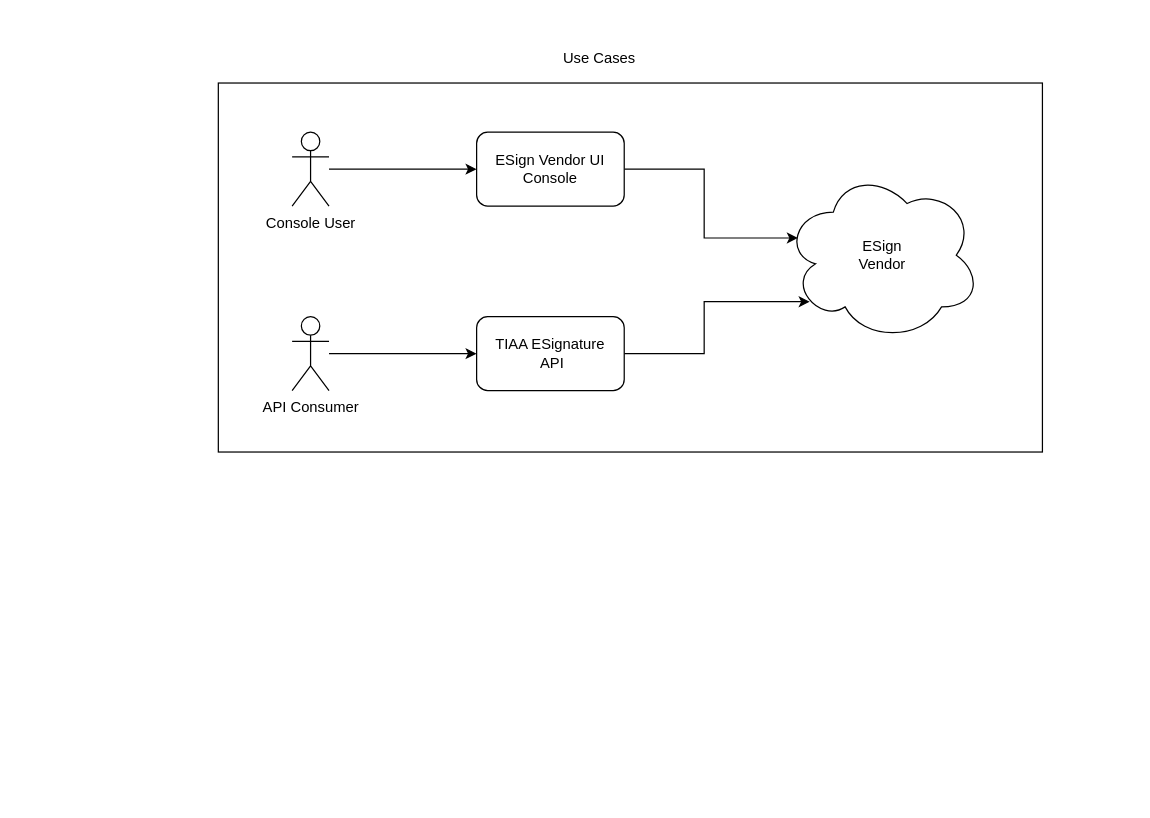
Earlier version of the draw.io diagram esign-usecases.drawio (Tayyabt120/app-diagrams). Source tidied: cells renumbered, new cells numbered last; positions are measured from the earlier drawing's top-left corner, leaving out a move shared by most shapes. Both pictures are drawn from the tidied source at 123%, with x=0, y=0 at pixel (218, 46).
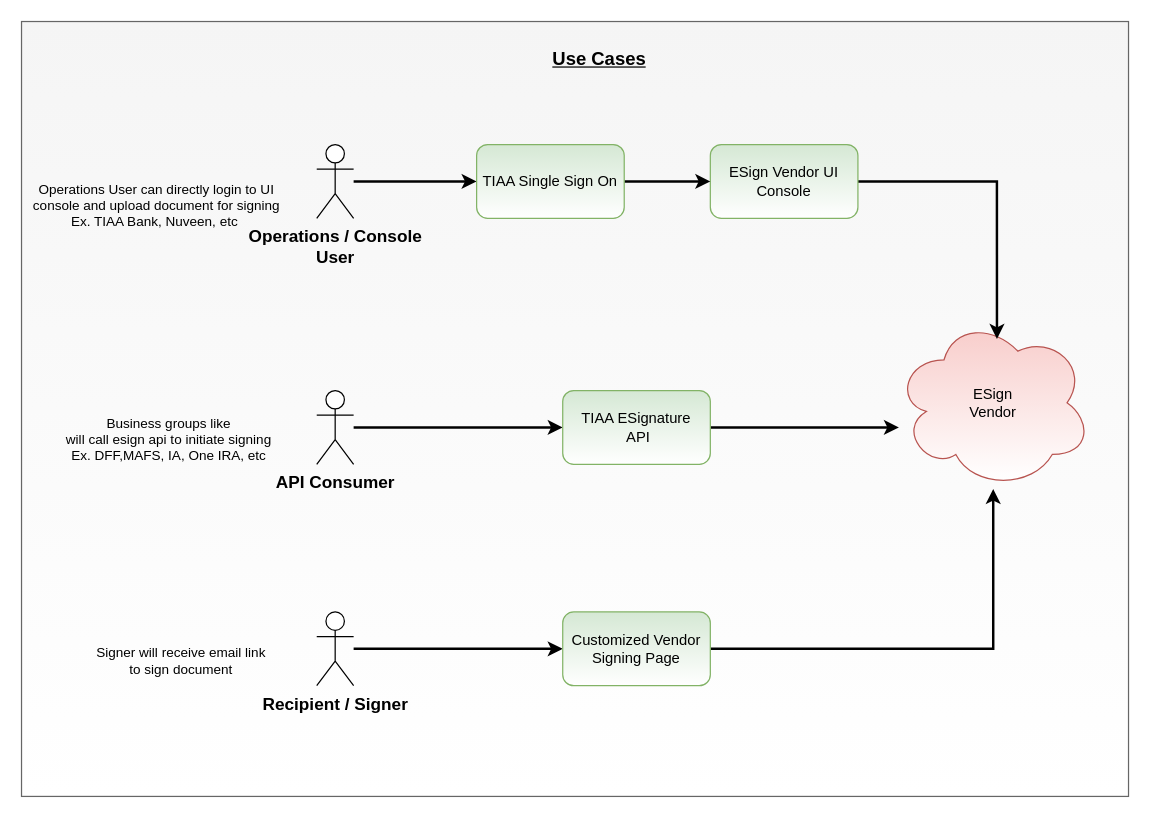
The same page after the edit.

Change to the diagram source:
```diff
@@
-    <mxCell id="2" style="rounded=0;whiteSpace=wrap;html=1;" parent="1" vertex="1">
-      <mxGeometry y="30" width="670" height="300" as="geometry" />
+    <mxCell id="2" style="rounded=0;whiteSpace=wrap;html=1;fillColor=#f5f5f5;strokeColor=#666666;fontColor=#333333;strokeWidth=1;gradientColor=#ffffff;" parent="1" vertex="1">
+      <mxGeometry x="-160" y="-20" width="900" height="630" as="geometry" />
     </mxCell>
-    <mxCell id="3" value="ESign&lt;br&gt;Vendor" style="ellipse;shape=cloud;whiteSpace=wrap;html=1;" parent="1" vertex="1">
-      <mxGeometry x="460" y="100" width="160" height="140" as="geometry" />
+    <mxCell id="3" value="ESign&lt;br&gt;Vendor" style="ellipse;shape=cloud;whiteSpace=wrap;html=1;fillColor=#f8cecc;strokeColor=#b85450;gradientColor=#ffffff;" parent="1" vertex="1">
+      <mxGeometry x="550" y="220" width="160" height="140" as="geometry" />
     </mxCell>
-    <mxCell id="4" style="edgeStyle=orthogonalEdgeStyle;rounded=0;jettySize=auto;html=1;" parent="1" edge="1" source="5" target="9">
+    <mxCell id="4" style="edgeStyle=orthogonalEdgeStyle;rounded=0;jettySize=auto;html=1;entryX=0;entryY=0.5;entryDx=0;entryDy=0;strokeWidth=2;" parent="1" edge="1" source="5" target="14">
       <mxGeometry relative="1" as="geometry" />
     </mxCell>
-    <mxCell id="5" value="Console User" style="shape=umlActor;verticalLabelPosition=bottom;verticalAlign=top;html=1;outlineConnect=0;" parent="1" vertex="1">
-      <mxGeometry x="60" y="70" width="30" height="60" as="geometry" />
+    <mxCell id="5" value="Operations / Console &lt;br style=&quot;font-size: 14px;&quot;&gt;User" style="shape=umlActor;verticalLabelPosition=bottom;verticalAlign=top;html=1;outlineConnect=0;fontStyle=1;fontSize=14;" parent="1" vertex="1">
+      <mxGeometry x="80" y="80" width="30" height="60" as="geometry" />
     </mxCell>
-    <mxCell id="6" style="edgeStyle=orthogonalEdgeStyle;rounded=0;jettySize=auto;html=1;" parent="1" edge="1" source="7" target="11">
+    <mxCell id="6" style="edgeStyle=orthogonalEdgeStyle;rounded=0;jettySize=auto;html=1;strokeWidth=2;" parent="1" edge="1" source="7" target="11">
       <mxGeometry relative="1" as="geometry" />
     </mxCell>
-    <mxCell id="7" value="API Consumer" style="shape=umlActor;verticalLabelPosition=bottom;verticalAlign=top;html=1;outlineConnect=0;" parent="1" vertex="1">
-      <mxGeometry x="60" y="220" width="30" height="60" as="geometry" />
+    <mxCell id="7" value="API Consumer" style="shape=umlActor;verticalLabelPosition=bottom;verticalAlign=top;html=1;outlineConnect=0;fontStyle=1;fontSize=14;" parent="1" vertex="1">
+      <mxGeometry x="80" y="280" width="30" height="60" as="geometry" />
     </mxCell>
-    <mxCell id="8" style="edgeStyle=orthogonalEdgeStyle;rounded=0;jettySize=auto;html=1;entryX=0.07;entryY=0.4;entryDx=0;entryDy=0;entryPerimeter=0;" parent="1" edge="1" source="9" target="3">
+    <mxCell id="8" style="edgeStyle=orthogonalEdgeStyle;rounded=0;jettySize=auto;html=1;entryX=0.519;entryY=0.129;entryDx=0;entryDy=0;entryPerimeter=0;fontSize=15;strokeWidth=2;" parent="1" edge="1" source="9" target="3">
       <mxGeometry relative="1" as="geometry" />
     </mxCell>
-    <mxCell id="9" value="ESign Vendor UI Console" style="rounded=1;whiteSpace=wrap;html=1;" parent="1" vertex="1">
-      <mxGeometry x="210" y="70" width="120" height="60" as="geometry" />
+    <mxCell id="9" value="ESign Vendor UI Console" style="rounded=1;whiteSpace=wrap;html=1;fillColor=#d5e8d4;strokeColor=#82b366;gradientColor=#ffffff;" parent="1" vertex="1">
+      <mxGeometry x="400" y="80" width="120" height="60" as="geometry" />
     </mxCell>
-    <mxCell id="10" style="edgeStyle=orthogonalEdgeStyle;rounded=0;jettySize=auto;html=1;entryX=0.13;entryY=0.77;entryDx=0;entryDy=0;entryPerimeter=0;" parent="1" edge="1" source="11" target="3">
-      <mxGeometry relative="1" as="geometry" />
+    <mxCell id="10" style="edgeStyle=orthogonalEdgeStyle;rounded=0;jettySize=auto;html=1;fontSize=15;strokeWidth=2;" parent="1" edge="1" source="11" target="3">
+      <mxGeometry relative="1" as="geometry">
+        <Array as="points">
+          <mxPoint x="470" y="310" />
+          <mxPoint x="470" y="310" />
+        </Array>
+      </mxGeometry>
     </mxCell>
-    <mxCell id="11" value="TIAA ESignature&lt;br&gt;&amp;nbsp;API" style="rounded=1;whiteSpace=wrap;html=1;" parent="1" vertex="1">
-      <mxGeometry x="210" y="220" width="120" height="60" as="geometry" />
+    <mxCell id="11" value="TIAA ESignature&lt;br&gt;&amp;nbsp;API" style="rounded=1;whiteSpace=wrap;html=1;fillColor=#d5e8d4;strokeColor=#82b366;gradientColor=#ffffff;" parent="1" vertex="1">
+      <mxGeometry x="280" y="280" width="120" height="60" as="geometry" />
     </mxCell>
-    <mxCell id="12" value="Use Cases" style="text;html=1;strokeColor=none;fillColor=none;align=center;verticalAlign=middle;whiteSpace=wrap;rounded=0;" parent="1" vertex="1">
+    <mxCell id="12" value="Use Cases" style="text;html=1;strokeColor=none;fillColor=none;align=center;verticalAlign=middle;whiteSpace=wrap;rounded=0;fontSize=15;fontStyle=5;" parent="1" vertex="1">
       <mxGeometry x="190" width="240" height="20" as="geometry" />
     </mxCell>
+    <mxCell id="13" style="edgeStyle=orthogonalEdgeStyle;rounded=0;jettySize=auto;html=1;strokeWidth=2;" parent="1" edge="1" source="14" target="9">
+      <mxGeometry relative="1" as="geometry" />
+    </mxCell>
+    <mxCell id="14" value="TIAA Single Sign On" style="rounded=1;whiteSpace=wrap;html=1;fillColor=#d5e8d4;strokeColor=#82b366;gradientColor=#ffffff;" parent="1" vertex="1">
+      <mxGeometry x="210" y="80" width="120" height="60" as="geometry" />
+    </mxCell>
+    <mxCell id="15" style="edgeStyle=orthogonalEdgeStyle;rounded=0;jettySize=auto;html=1;strokeWidth=2;" parent="1" edge="1" source="16" target="18">
+      <mxGeometry relative="1" as="geometry" />
+    </mxCell>
+    <mxCell id="16" value="Recipient / Signer" style="shape=umlActor;verticalLabelPosition=bottom;verticalAlign=top;html=1;outlineConnect=0;fontStyle=1;fontSize=14;" parent="1" vertex="1">
+      <mxGeometry x="80" y="460" width="30" height="60" as="geometry" />
+    </mxCell>
+    <mxCell id="17" style="edgeStyle=orthogonalEdgeStyle;rounded=0;jettySize=auto;html=1;strokeWidth=2;" parent="1" edge="1" source="18" target="3">
+      <mxGeometry relative="1" as="geometry" />
+    </mxCell>
+    <mxCell id="18" value="Customized Vendor Signing Page" style="rounded=1;whiteSpace=wrap;html=1;fillColor=#d5e8d4;strokeColor=#82b366;gradientColor=#ffffff;" parent="1" vertex="1">
+      <mxGeometry x="280" y="460" width="120" height="60" as="geometry" />
+    </mxCell>
+    <mxCell id="19" value="Signer will receive email link&lt;br style=&quot;font-size: 11px;&quot;&gt;to sign document" style="text;html=1;strokeColor=none;fillColor=none;align=center;verticalAlign=middle;whiteSpace=wrap;rounded=0;fontSize=11;" parent="1" vertex="1">
+      <mxGeometry x="-140" y="490" width="220" height="20" as="geometry" />
+    </mxCell>
+    <mxCell id="20" value="Business groups like&lt;br style=&quot;font-size: 11px&quot;&gt;will call esign api to initiate signing&lt;br&gt;Ex. DFF,MAFS, IA, One IRA, etc" style="text;html=1;strokeColor=none;fillColor=none;align=center;verticalAlign=middle;whiteSpace=wrap;rounded=0;fontSize=11;" parent="1" vertex="1">
+      <mxGeometry x="-150" y="310" width="220" height="20" as="geometry" />
+    </mxCell>
+    <mxCell id="21" value="Operations User can directly login to UI console and upload document for signing&lt;br style=&quot;font-size: 11px;&quot;&gt;Ex. TIAA Bank, Nuveen, etc&amp;nbsp;" style="text;html=1;strokeColor=none;fillColor=none;align=center;verticalAlign=middle;whiteSpace=wrap;rounded=0;fontSize=11;" parent="1" vertex="1">
+      <mxGeometry x="-160" y="120" width="220" height="20" as="geometry" />
+    </mxCell>
```
